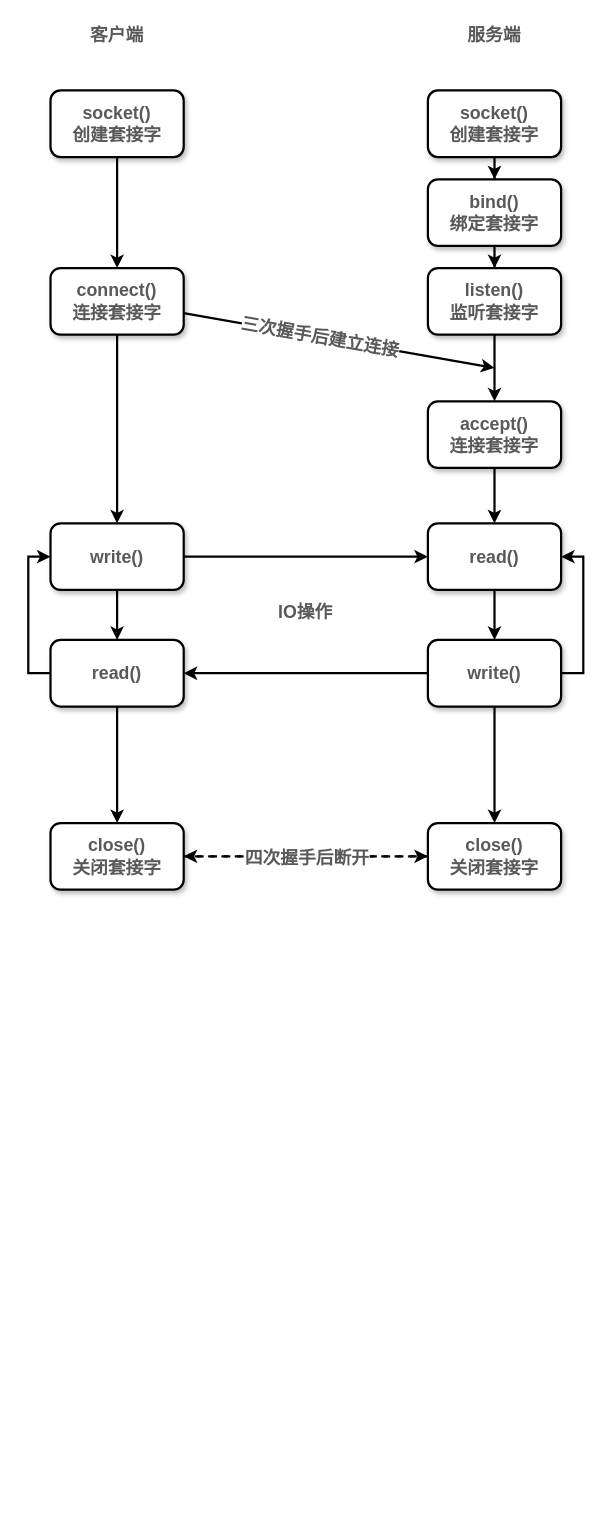
This is 未命名绘图.drawio from ITDragonBlog/draw.io, a draw.io file, before an edit. Source tidied: cells renumbered, new cells numbered last; positions are measured from the earlier drawing's top-left corner, leaving out a move shared by most shapes. Both pictures are drawn from the tidied source at 111%, with x=0, y=0 at pixel (28, 23).
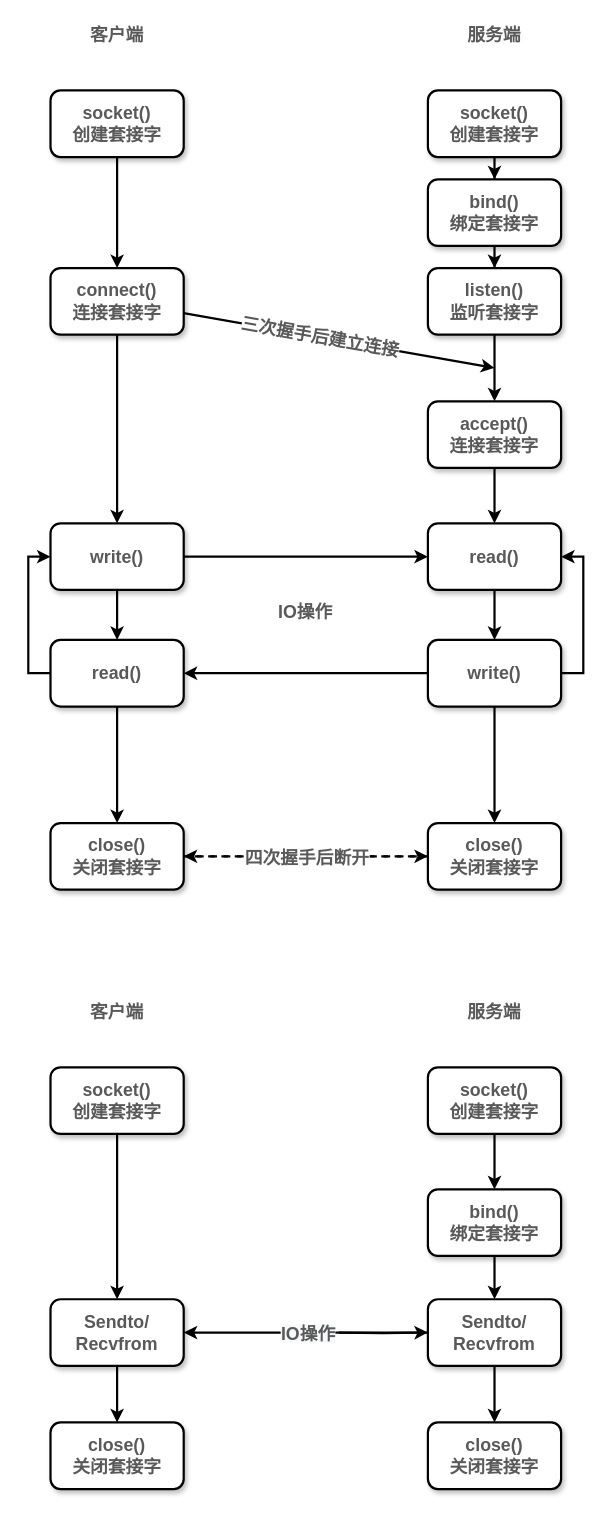
The same diagram, later.

Commit message:
更新未命名绘图.drawio

The edit, as a diff of the source:
```diff
@@
+    <mxCell id="36" style="edgeStyle=orthogonalEdgeStyle;rounded=0;jettySize=auto;html=1;strokeWidth=2;" parent="1" edge="1" source="37" target="39">
+      <mxGeometry relative="1" as="geometry" />
+    </mxCell>
+    <mxCell id="37" value="&lt;font style=&quot;font-size: 16px&quot; color=&quot;#595959&quot;&gt;&lt;b&gt;socket()&lt;br&gt;创建套接字&lt;/b&gt;&lt;/font&gt;" style="rounded=1;whiteSpace=wrap;html=1;strokeWidth=2;shadow=1;glass=0;sketch=0;" parent="1" vertex="1">
+      <mxGeometry x="360" y="940" width="120" height="60" as="geometry" />
+    </mxCell>
+    <mxCell id="38" style="edgeStyle=none;rounded=0;jettySize=auto;html=1;strokeWidth=2;" parent="1" edge="1" source="39" target="43">
+      <mxGeometry relative="1" as="geometry" />
+    </mxCell>
+    <mxCell id="39" value="&lt;font style=&quot;font-size: 16px&quot; color=&quot;#595959&quot;&gt;&lt;b&gt;bind()&lt;br&gt;绑定套接字&lt;/b&gt;&lt;/font&gt;" style="rounded=1;whiteSpace=wrap;html=1;strokeWidth=2;shadow=1;glass=0;sketch=0;" parent="1" vertex="1">
+      <mxGeometry x="360" y="1050" width="120" height="60" as="geometry" />
+    </mxCell>
+    <mxCell id="40" style="edgeStyle=none;rounded=0;jettySize=auto;html=1;entryX=1;entryY=0.5;entryDx=0;entryDy=0;strokeWidth=2;" parent="1" edge="1" source="43" target="49">
+      <mxGeometry relative="1" as="geometry" />
+    </mxCell>
+    <mxCell id="41" value="&lt;b style=&quot;color: rgb(89 , 89 , 89) ; font-size: 16px ; background-color: rgb(248 , 249 , 250)&quot;&gt;IO操作&lt;/b&gt;" style="edgeLabel;html=1;align=center;verticalAlign=middle;" parent="40" vertex="1">
+      <mxGeometry x="0.15" relative="1" as="geometry">
+        <mxPoint x="17" as="offset" />
+      </mxGeometry>
+    </mxCell>
+    <mxCell id="42" style="edgeStyle=none;rounded=0;jettySize=auto;html=1;entryX=0.5;entryY=0;entryDx=0;entryDy=0;strokeWidth=2;" parent="1" edge="1" source="43" target="44">
+      <mxGeometry relative="1" as="geometry" />
+    </mxCell>
+    <mxCell id="43" value="&lt;b style=&quot;color: rgb(89 , 89 , 89) ; font-size: 16px&quot;&gt;Sendto/&lt;br&gt;Recvfrom&lt;/b&gt;" style="rounded=1;whiteSpace=wrap;html=1;strokeWidth=2;shadow=1;glass=0;sketch=0;" parent="1" vertex="1">
+      <mxGeometry x="360" y="1149" width="120" height="60" as="geometry" />
+    </mxCell>
+    <mxCell id="44" value="&lt;font color=&quot;#595959&quot;&gt;&lt;span style=&quot;font-size: 16px&quot;&gt;&lt;b&gt;close()&lt;br&gt;关闭套接字&lt;br&gt;&lt;/b&gt;&lt;/span&gt;&lt;/font&gt;" style="rounded=1;whiteSpace=wrap;html=1;strokeWidth=2;shadow=1;glass=0;sketch=0;" parent="1" vertex="1">
+      <mxGeometry x="360" y="1260" width="120" height="60" as="geometry" />
+    </mxCell>
+    <mxCell id="45" style="edgeStyle=none;rounded=0;jettySize=auto;html=1;strokeWidth=2;" parent="1" edge="1" source="46" target="49">
+      <mxGeometry relative="1" as="geometry" />
+    </mxCell>
+    <mxCell id="46" value="&lt;font style=&quot;font-size: 16px&quot; color=&quot;#595959&quot;&gt;&lt;b&gt;socket()&lt;br&gt;创建套接字&lt;/b&gt;&lt;/font&gt;" style="rounded=1;whiteSpace=wrap;html=1;strokeWidth=2;shadow=1;glass=0;sketch=0;" parent="1" vertex="1">
+      <mxGeometry x="20" y="940" width="120" height="60" as="geometry" />
+    </mxCell>
+    <mxCell id="47" style="edgeStyle=orthogonalEdgeStyle;rounded=0;jettySize=auto;html=1;entryX=0;entryY=0.5;entryDx=0;entryDy=0;strokeWidth=2;" parent="1" edge="1" target="43">
+      <mxGeometry relative="1" as="geometry">
+        <mxPoint x="280" y="1179" as="sourcePoint" />
+      </mxGeometry>
+    </mxCell>
+    <mxCell id="48" style="edgeStyle=none;rounded=0;jettySize=auto;html=1;entryX=0.5;entryY=0;entryDx=0;entryDy=0;strokeWidth=2;" parent="1" edge="1" source="49" target="50">
+      <mxGeometry relative="1" as="geometry" />
+    </mxCell>
+    <mxCell id="49" value="&lt;font color=&quot;#595959&quot;&gt;&lt;span style=&quot;font-size: 16px&quot;&gt;&lt;b&gt;Sendto/&lt;br&gt;Recvfrom&lt;/b&gt;&lt;/span&gt;&lt;/font&gt;" style="rounded=1;whiteSpace=wrap;html=1;strokeWidth=2;shadow=1;glass=0;sketch=0;" parent="1" vertex="1">
+      <mxGeometry x="20" y="1149" width="120" height="60" as="geometry" />
+    </mxCell>
+    <mxCell id="50" value="&lt;font color=&quot;#595959&quot;&gt;&lt;span style=&quot;font-size: 16px&quot;&gt;&lt;b&gt;close()&lt;br&gt;关闭套接字&lt;br&gt;&lt;/b&gt;&lt;/span&gt;&lt;/font&gt;" style="rounded=1;whiteSpace=wrap;html=1;strokeWidth=2;shadow=1;glass=0;sketch=0;" parent="1" vertex="1">
+      <mxGeometry x="20" y="1260" width="120" height="60" as="geometry" />
+    </mxCell>
+    <mxCell id="51" value="&lt;font style=&quot;font-size: 16px&quot; color=&quot;#595959&quot;&gt;&lt;b&gt;客户端&lt;/b&gt;&lt;/font&gt;" style="text;html=1;strokeColor=none;fillColor=none;align=center;verticalAlign=middle;whiteSpace=wrap;rounded=0;shadow=1;glass=0;sketch=0;" parent="1" vertex="1">
+      <mxGeometry x="50" y="880" width="60" height="20" as="geometry" />
+    </mxCell>
+    <mxCell id="52" value="&lt;font style=&quot;font-size: 16px&quot; color=&quot;#595959&quot;&gt;&lt;b&gt;服务端&lt;/b&gt;&lt;/font&gt;" style="text;html=1;strokeColor=none;fillColor=none;align=center;verticalAlign=middle;whiteSpace=wrap;rounded=0;shadow=1;glass=0;sketch=0;" parent="1" vertex="1">
+      <mxGeometry x="390" y="880" width="60" height="20" as="geometry" />
+    </mxCell>
```
